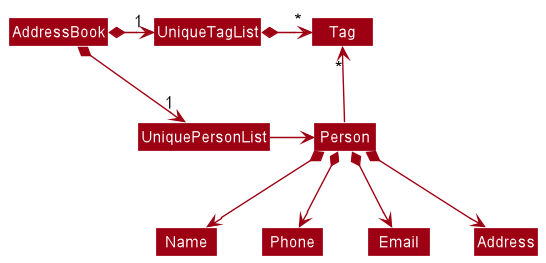
Before: docs/images/BetterModelClassDiagram.png, a diagram exported from PlantUML (nus-cs2103-AY2223S1/tp).
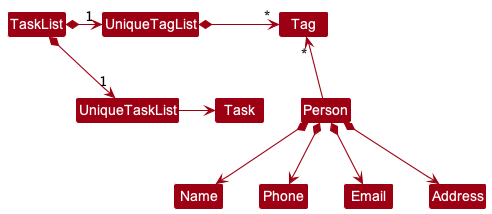
Above is the later version.

What changed in the source:
```diff
@@ -4,13 +4,13 @@
 skinparam arrowColor MODEL_COLOR
 skinparam classBackgroundColor MODEL_COLOR
 
-AddressBook *-right-> "1" UniquePersonList
-AddressBook *-right-> "1" UniqueTagList
-UniqueTagList -[hidden]down- UniquePersonList
-UniqueTagList -[hidden]down- UniquePersonList
+TaskList *-right-> "1" UniqueTaskList
+TaskList *-right-> "1" UniqueTagList
+UniqueTagList -[hidden]down- UniqueTaskList
+UniqueTagList -[hidden]down- UniqueTaskList
 
 UniqueTagList *-right-> "*" Tag
-UniquePersonList -right-> Person
+UniqueTaskList -right-> Task
 
 Person -up-> "*" Tag
 
```
